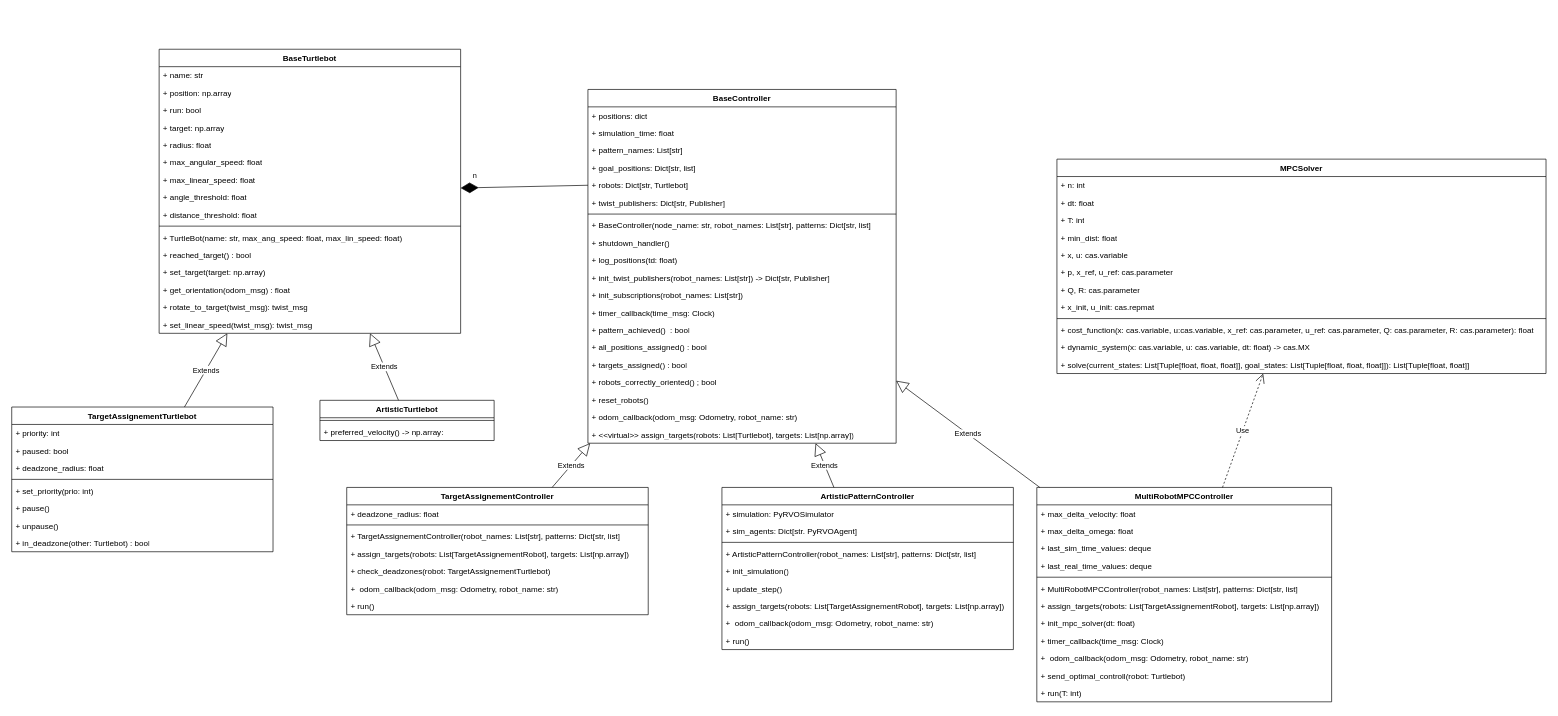
Above: diagrams/class_diagram.drawio in MariiaPoliakovaa/RobotFormations (draw.io), before the change. Source tidied: cells renumbered, new cells numbered last; positions are measured from the earlier drawing's top-left corner, leaving out a move shared by most shapes. Both pictures are drawn from the tidied source at 67%, with x=0, y=0 at pixel (11, 49).
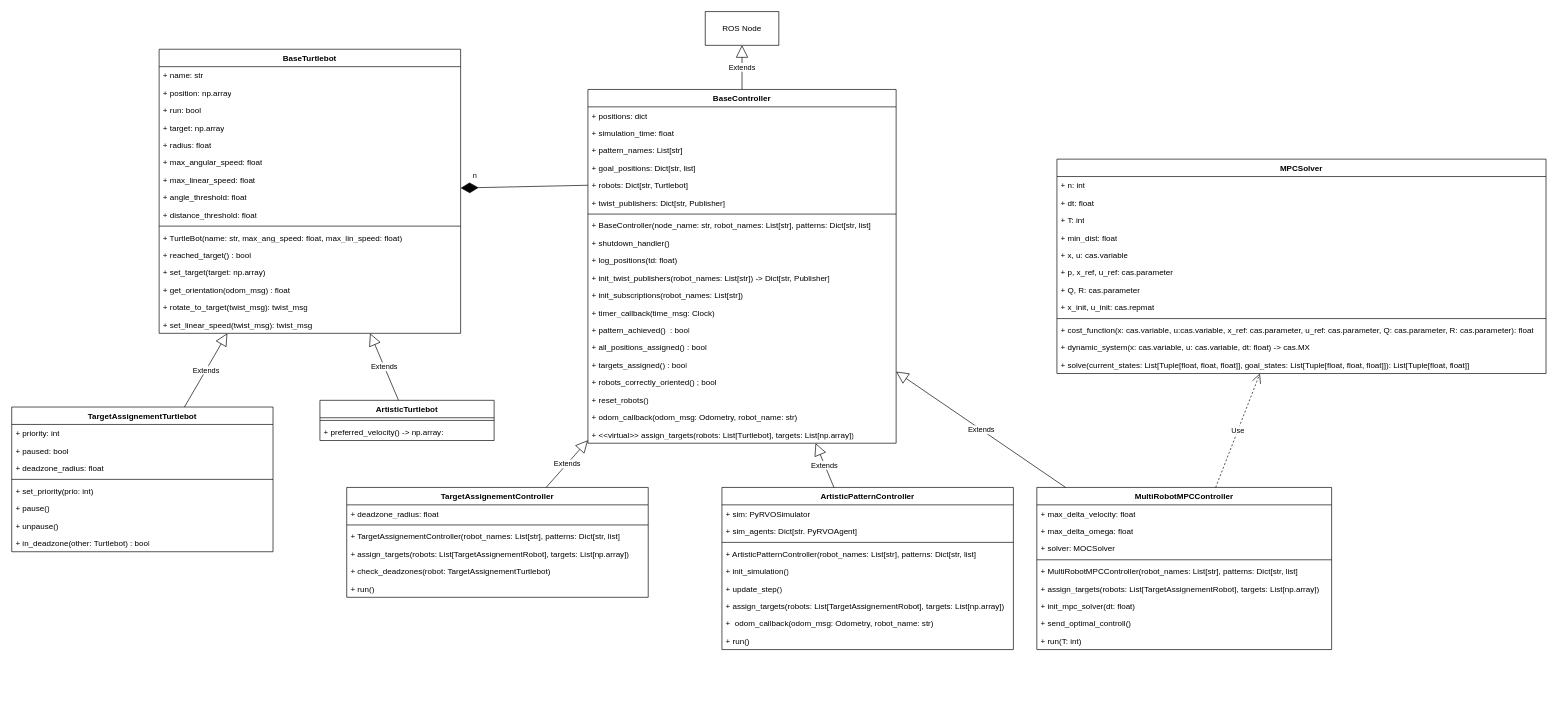
Above is the later version.

The change refers to these unchanged cells:
```xml
<mxCell id="33" value="BaseController" style="swimlane;fontStyle=1;align=center;verticalAlign=top;horizontal=1;startSize=26;whiteSpace=wrap;html=1;" parent="1" vertex="1">
  <mxGeometry x="860" y="60" width="460" height="528" as="geometry" />
</mxCell>
<mxCell id="65" value="ArtisticPatternController" style="swimlane;fontStyle=1;align=center;verticalAlign=top;horizontal=1;startSize=26;whiteSpace=wrap;html=1;" parent="1" vertex="1">
  <mxGeometry x="1060" y="654" width="435" height="242" as="geometry" />
</mxCell>
```

The edit, as a diff of the source:
```diff
@@
     <mxCell id="56" value="TargetAssignementController" style="swimlane;fontStyle=1;align=center;verticalAlign=top;horizontal=1;startSize=26;whiteSpace=wrap;html=1;" parent="1" vertex="1">
-      <mxGeometry x="500" y="654" width="450" height="190" as="geometry" />
+      <mxGeometry x="500" y="654" width="450" height="164" as="geometry" />
     </mxCell>
@@
-    <mxCell id="62" value="+&amp;nbsp; odom_callback(odom_msg: Odometry, robot_name: str)" style="text;strokeColor=none;fillColor=none;align=left;verticalAlign=top;spacingLeft=4;spacingRight=4;overflow=hidden;whiteSpace=wrap;html=1;" parent="56" vertex="1">
-      <mxGeometry y="138" width="450" height="26" as="geometry" />
-    </mxCell>
     <mxCell id="63" value="+ run()" style="text;strokeColor=none;fillColor=none;align=left;verticalAlign=top;spacingLeft=4;spacingRight=4;overflow=hidden;whiteSpace=wrap;html=1;" parent="56" vertex="1">
-      <mxGeometry y="164" width="450" height="26" as="geometry" />
+      <mxGeometry y="138" width="450" height="26" as="geometry" />
     </mxCell>
@@
-    <mxCell id="66" value="+ simulation: PyRVOSimulator" style="text;strokeColor=none;fillColor=none;align=left;verticalAlign=top;spacingLeft=4;spacingRight=4;overflow=hidden;whiteSpace=wrap;html=1;" parent="65" vertex="1">
+    <mxCell id="66" value="+ sim: PyRVOSimulator" style="text;strokeColor=none;fillColor=none;align=left;verticalAlign=top;spacingLeft=4;spacingRight=4;overflow=hidden;whiteSpace=wrap;html=1;" parent="65" vertex="1">
       <mxGeometry y="26" width="435" height="26" as="geometry" />
     </mxCell>
@@
     <mxCell id="76" value="MultiRobotMPCController" style="swimlane;fontStyle=1;align=center;verticalAlign=top;horizontal=1;startSize=26;whiteSpace=wrap;html=1;" parent="1" vertex="1">
-      <mxGeometry x="1530" y="654" width="440" height="320" as="geometry" />
+      <mxGeometry x="1530" y="654" width="440" height="242" as="geometry" />
     </mxCell>
@@
-    <mxCell id="79" value="+ last_sim_time_values: deque" style="text;strokeColor=none;fillColor=none;align=left;verticalAlign=top;spacingLeft=4;spacingRight=4;overflow=hidden;whiteSpace=wrap;html=1;" parent="76" vertex="1">
-      <mxGeometry y="78" width="440" height="26" as="geometry" />
-    </mxCell>
-    <mxCell id="80" value="+ last_real_time_values: deque" style="text;strokeColor=none;fillColor=none;align=left;verticalAlign=top;spacingLeft=4;spacingRight=4;overflow=hidden;whiteSpace=wrap;html=1;" parent="76" vertex="1">
-      <mxGeometry y="104" width="440" height="26" as="geometry" />
-    </mxCell>
+    <mxCell id="104" value="+ solver: MOCSolver" style="text;strokeColor=none;fillColor=none;align=left;verticalAlign=top;spacingLeft=4;spacingRight=4;overflow=hidden;whiteSpace=wrap;html=1;" parent="76" vertex="1">
+      <mxGeometry y="78" width="440" height="26" as="geometry" />
+    </mxCell>
     <mxCell id="81" style="line;strokeWidth=1;fillColor=none;align=left;verticalAlign=middle;spacingTop=-1;spacingLeft=3;spacingRight=3;labelPosition=right;strokeColor=inherit;" parent="76" vertex="1">
-      <mxGeometry y="130" width="440" height="8" as="geometry" />
+      <mxGeometry y="104" width="440" height="8" as="geometry" />
     </mxCell>
     <mxCell id="82" value="+ MultiRobotMPCController(robot_names: List[str], patterns: Dict[str, list]" style="text;strokeColor=none;fillColor=none;align=left;verticalAlign=top;spacingLeft=4;spacingRight=4;overflow=hidden;whiteSpace=wrap;html=1;" parent="76" vertex="1">
-      <mxGeometry y="138" width="440" height="26" as="geometry" />
+      <mxGeometry y="112" width="440" height="26" as="geometry" />
     </mxCell>
     <mxCell id="83" value="+ assign_targets(robots: List[TargetAssignementRobot], targets: List[np.array])" style="text;strokeColor=none;fillColor=none;align=left;verticalAlign=top;spacingLeft=4;spacingRight=4;overflow=hidden;whiteSpace=wrap;html=1;" parent="76" vertex="1">
-      <mxGeometry y="164" width="440" height="26" as="geometry" />
+      <mxGeometry y="138" width="440" height="26" as="geometry" />
     </mxCell>
     <mxCell id="84" value="+ init_mpc_solver(dt: float)" style="text;strokeColor=none;fillColor=none;align=left;verticalAlign=top;spacingLeft=4;spacingRight=4;overflow=hidden;whiteSpace=wrap;html=1;" parent="76" vertex="1">
-      <mxGeometry y="190" width="440" height="26" as="geometry" />
+      <mxGeometry y="164" width="440" height="26" as="geometry" />
     </mxCell>
-    <mxCell id="85" value="+ timer_callback(time_msg: Clock)" style="text;strokeColor=none;fillColor=none;align=left;verticalAlign=top;spacingLeft=4;spacingRight=4;overflow=hidden;whiteSpace=wrap;html=1;" parent="76" vertex="1">
-      <mxGeometry y="216" width="440" height="26" as="geometry" />
-    </mxCell>
-    <mxCell id="86" value="+&amp;nbsp; odom_callback(odom_msg: Odometry, robot_name: str)" style="text;strokeColor=none;fillColor=none;align=left;verticalAlign=top;spacingLeft=4;spacingRight=4;overflow=hidden;whiteSpace=wrap;html=1;" parent="76" vertex="1">
-      <mxGeometry y="242" width="440" height="26" as="geometry" />
-    </mxCell>
-    <mxCell id="87" value="+ send_optimal_controll(robot: Turtlebot)" style="text;strokeColor=none;fillColor=none;align=left;verticalAlign=top;spacingLeft=4;spacingRight=4;overflow=hidden;whiteSpace=wrap;html=1;" parent="76" vertex="1">
-      <mxGeometry y="268" width="440" height="26" as="geometry" />
+    <mxCell id="87" value="+ send_optimal_controll()" style="text;strokeColor=none;fillColor=none;align=left;verticalAlign=top;spacingLeft=4;spacingRight=4;overflow=hidden;whiteSpace=wrap;html=1;" parent="76" vertex="1">
+      <mxGeometry y="190" width="440" height="26" as="geometry" />
     </mxCell>
     <mxCell id="88" value="+ run(T: int)" style="text;strokeColor=none;fillColor=none;align=left;verticalAlign=top;spacingLeft=4;spacingRight=4;overflow=hidden;whiteSpace=wrap;html=1;" parent="76" vertex="1">
-      <mxGeometry y="294" width="440" height="26" as="geometry" />
+      <mxGeometry y="216" width="440" height="26" as="geometry" />
     </mxCell>
@@
+    <mxCell id="105" value="ROS Node" style="html=1;whiteSpace=wrap;" parent="1" vertex="1">
+      <mxGeometry x="1035" y="-56" width="110" height="50" as="geometry" />
+    </mxCell>
+    <mxCell id="106" value="Extends" style="endArrow=block;endSize=16;endFill=0;html=1;rounded=0;" parent="1" edge="1" source="33" target="105">
+      <mxGeometry relative="1" as="geometry" />
+    </mxCell>
```
